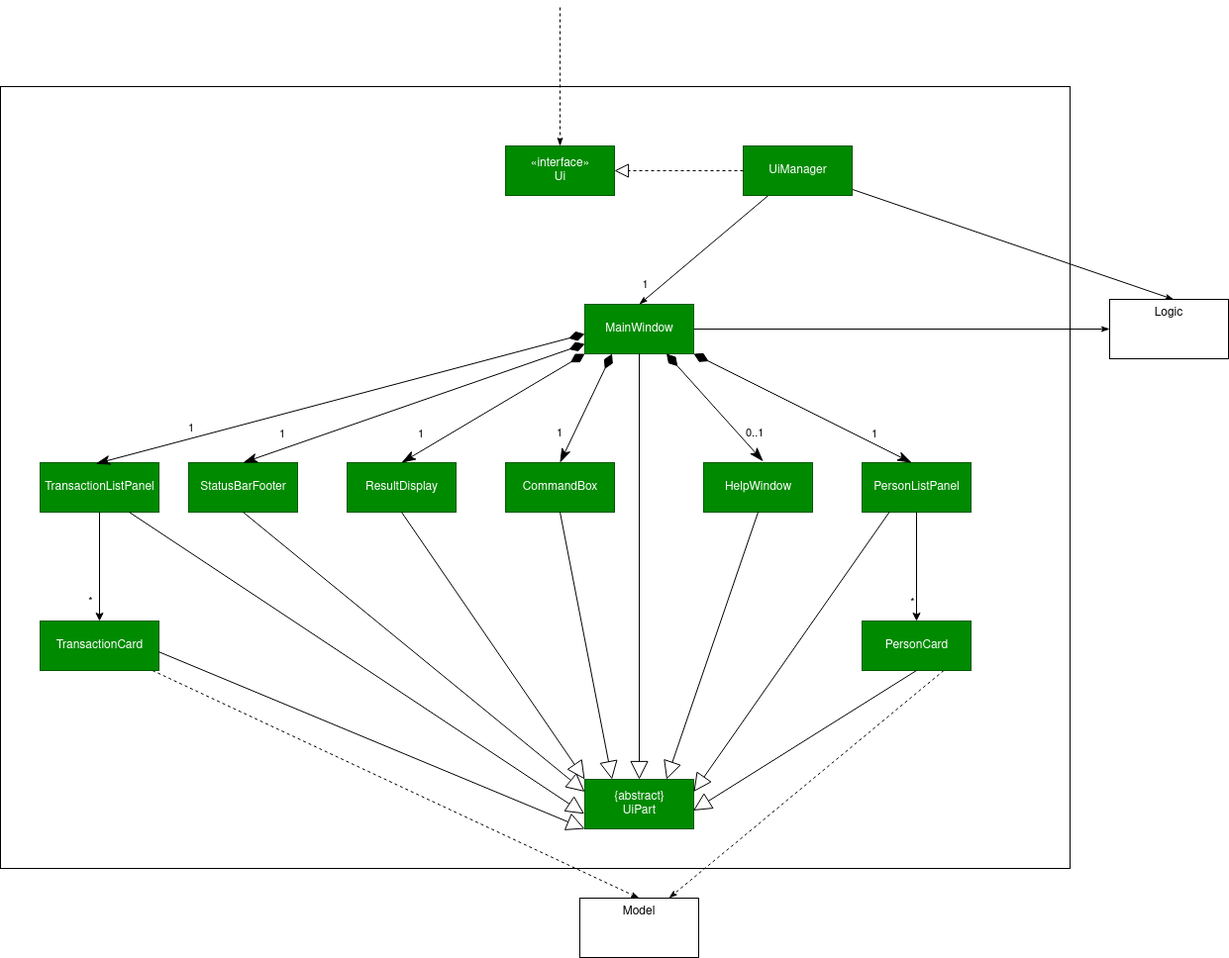
Earlier version of the draw.io export docs/images/UiClassDiagram.png (nus-cs2103-AY2122S2/tp). Source tidied: cells renumbered, new cells last; positions are measured from the earlier drawing's top-left corner, leaving out a move shared by most shapes.
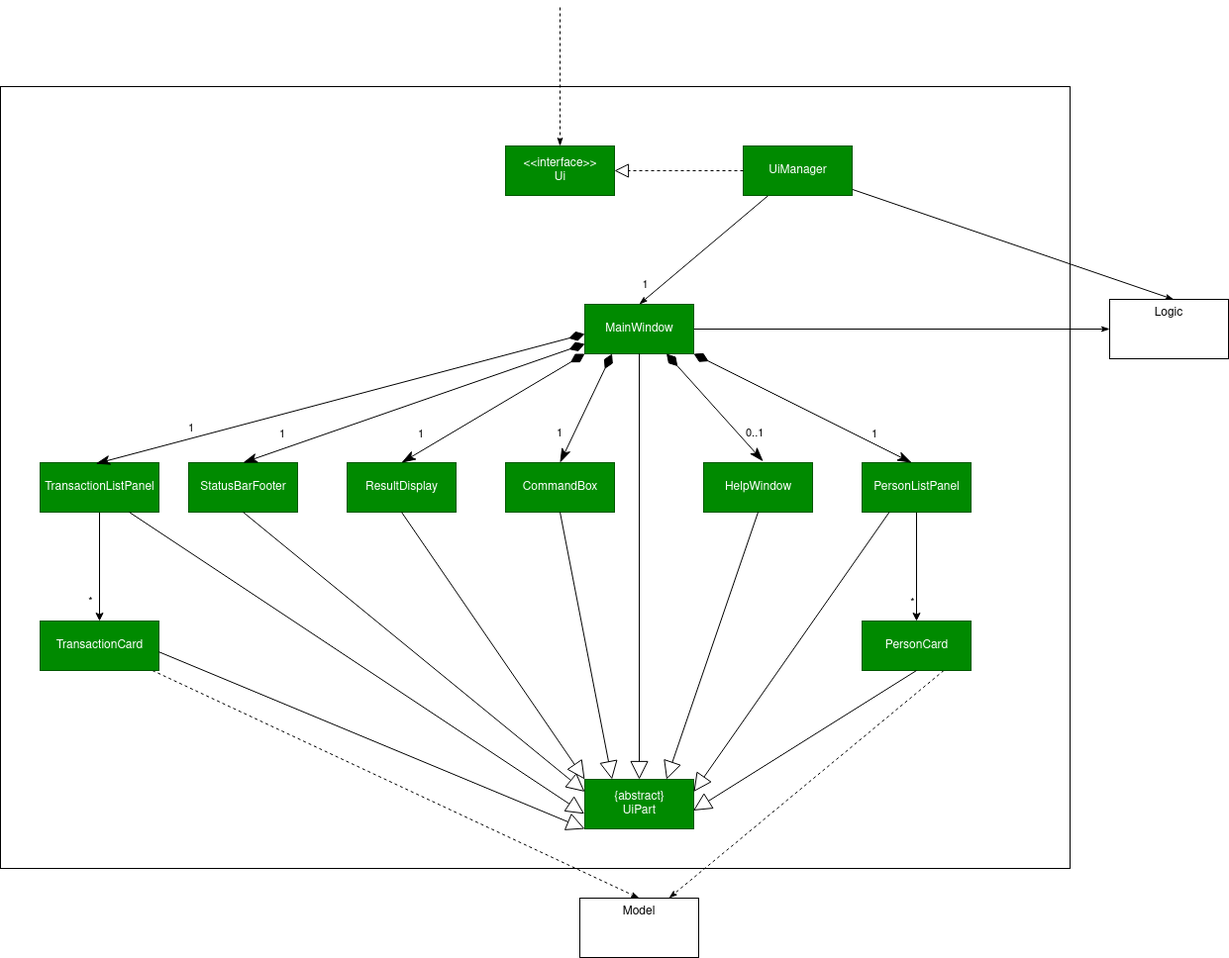
After the change.

Change to the diagram source:
```diff
@@ -24,7 +24,7 @@
         <mxPoint x="565" as="sourcePoint" />
       </mxGeometry>
     </mxCell>
-    <mxCell id="8" value="«interface»&lt;br&gt;Ui" style="html=1;fillColor=#008a00;fontColor=#ffffff;strokeColor=#005700;" parent="1" vertex="1">
+    <mxCell id="8" value="&amp;lt;&amp;lt;interface&amp;gt;&amp;gt;&lt;br&gt;Ui" style="html=1;fillColor=#008a00;fontColor=#ffffff;strokeColor=#005700;" parent="1" vertex="1">
       <mxGeometry x="510" y="140" width="110" height="50" as="geometry" />
     </mxCell>
     <mxCell id="9" style="endArrow=block;dashed=1;endFill=0;endSize=12;html=1;rounded=0;entryX=1;entryY=0.5;entryDx=0;entryDy=0;exitX=0;exitY=0.5;exitDx=0;exitDy=0;" parent="1" edge="1" source="6" target="8">
```
